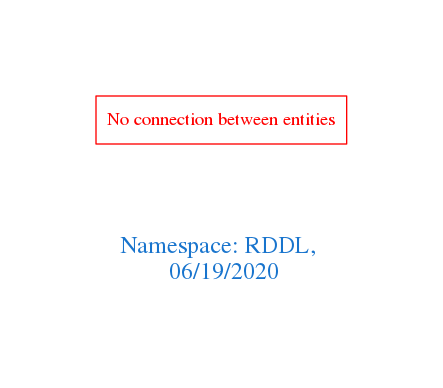
Earlier version of the Graphviz export downloads/RDDL.png (arago/OGIT). Its source is kept beside it as downloads/RDDL.dot.
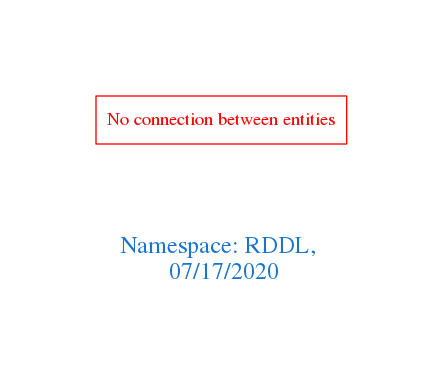
The same diagram one commit later.

Diff of the diagram source:
```diff
@@ -1,7 +1,7 @@
 digraph OGIT_ontology {
  graph [ rankdir= LR,pad=1
 fontsize = 18,
-fontcolor= dodgerblue3,label = "\n\n\nNamespace: RDDL, \n 06/19/2020"];
+fontcolor= dodgerblue3,label = "\n\n\nNamespace: RDDL, \n 07/17/2020"];
 node[shape=polygon];
 edge [  color="gray81"];
 
```
